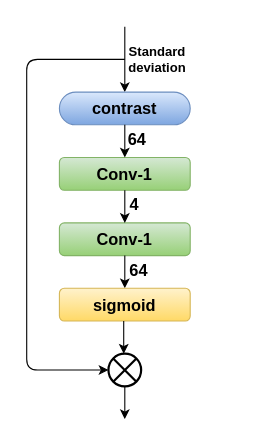
JiaqianLi/TEST keeps this draw.io diagram as contrast.drawio. Above is the earlier version. Source tidied: cells renumbered, new cells numbered last; positions are measured from the earlier drawing's top-left corner, leaving out a move shared by most shapes. Both pictures are drawn from the tidied source at 109%, with x=0, y=0 at pixel (26, 26).
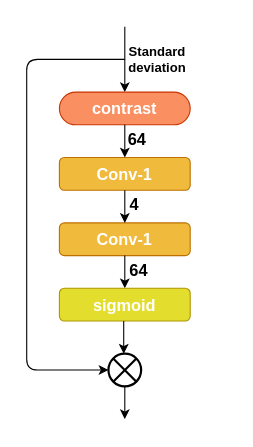
After the change.

The edit, as a diff of the source:
```diff
@@
-    <mxCell id="4" value="&lt;font style=&quot;font-size: 15px&quot;&gt;&lt;b&gt;contrast&lt;/b&gt;&lt;/font&gt;" style="rounded=1;whiteSpace=wrap;html=1;fillColor=#dae8fc;gradientColor=#7ea6e0;strokeColor=#6c8ebf;arcSize=50;" parent="1" vertex="1">
+    <mxCell id="4" value="&lt;font style=&quot;font-size: 15px&quot;&gt;&lt;b&gt;contrast&lt;/b&gt;&lt;/font&gt;" style="rounded=1;whiteSpace=wrap;html=1;fillColor=#FA8F62;strokeColor=#C73500;arcSize=50;fontColor=#ffffff;" parent="1" vertex="1">
       <mxGeometry x="30" y="60" width="120" height="30" as="geometry" />
     </mxCell>
@@
-    <mxCell id="6" value="&lt;b style=&quot;font-size: 15px ; white-space: normal&quot;&gt;Conv-1&lt;/b&gt;" style="rounded=1;whiteSpace=wrap;html=1;fillColor=#d5e8d4;strokeColor=#82b366;gradientColor=#97d077;" parent="1" vertex="1">
+    <mxCell id="6" value="&lt;b style=&quot;font-size: 15px ; white-space: normal&quot;&gt;Conv-1&lt;/b&gt;" style="rounded=1;whiteSpace=wrap;html=1;fillColor=#F0BA3C;strokeColor=#BD7000;fontColor=#ffffff;" parent="1" vertex="1">
       <mxGeometry x="30" y="120" width="120" height="30" as="geometry" />
     </mxCell>
@@
-    <mxCell id="8" value="&lt;b style=&quot;font-size: 15px ; white-space: normal&quot;&gt;Conv-1&lt;/b&gt;" style="rounded=1;whiteSpace=wrap;html=1;fillColor=#d5e8d4;strokeColor=#82b366;gradientColor=#97d077;" parent="1" vertex="1">
+    <mxCell id="8" value="&lt;b style=&quot;font-size: 15px ; white-space: normal&quot;&gt;Conv-1&lt;/b&gt;" style="rounded=1;whiteSpace=wrap;html=1;fillColor=#F0BA3C;strokeColor=#BD7000;fontColor=#ffffff;" parent="1" vertex="1">
       <mxGeometry x="30" y="180" width="120" height="30" as="geometry" />
     </mxCell>
@@
-    <mxCell id="13" value="&lt;font style=&quot;font-size: 15px&quot;&gt;&lt;b&gt;sigmoid&lt;/b&gt;&lt;/font&gt;" style="rounded=1;whiteSpace=wrap;html=1;fillColor=#fff2cc;strokeColor=#d6b656;gradientColor=#ffd966;" parent="1" vertex="1">
+    <mxCell id="13" value="&lt;font style=&quot;font-size: 15px&quot;&gt;&lt;b&gt;sigmoid&lt;/b&gt;&lt;/font&gt;" style="rounded=1;whiteSpace=wrap;html=1;fillColor=#E3DD2D;strokeColor=#B09500;fontColor=#ffffff;" parent="1" vertex="1">
       <mxGeometry x="30" y="240" width="120" height="30" as="geometry" />
     </mxCell>
```
